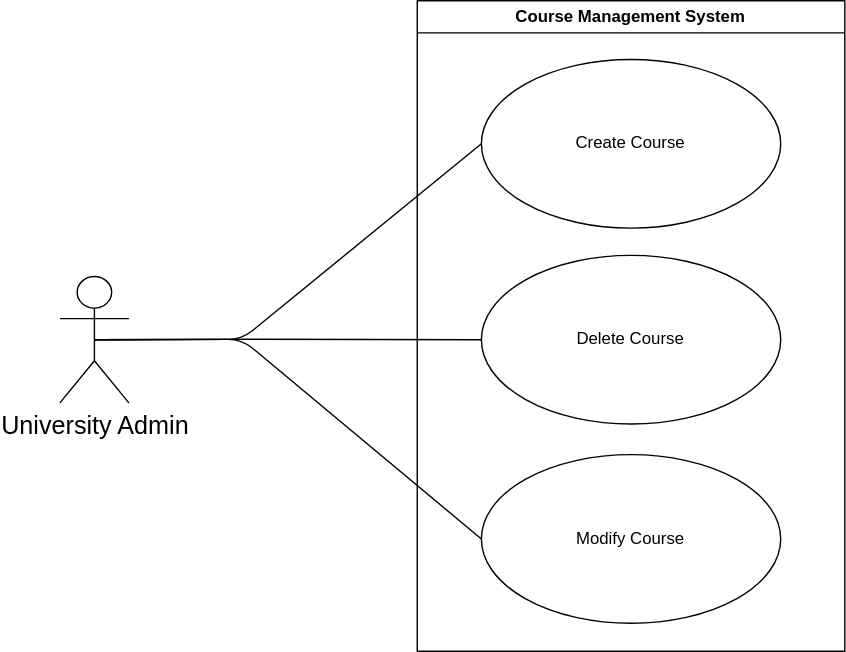
The draw.io diagram docs/diagrams/requirements/Course_Management.svg in COS301-SE-2026/UMTAS, before a commit. Source tidied: cells renumbered, new cells last; positions are measured from the earlier drawing's top-left corner, leaving out a move shared by most shapes. The source it was exported from:
```xml
<mxGraphModel>
  <root>
    <mxCell id="0" />
    <mxCell id="1" parent="0" />
    <mxCell id="2" style="group;" parent="1" vertex="1">
      <mxGeometry width="561" height="465" as="geometry" />
    </mxCell>
    <mxCell id="3" value="&lt;font style=&quot;font-size: 18px;&quot;&gt;University Admin&lt;/font&gt;" style="shape=umlActor;verticalLabelPosition=bottom;verticalAlign=top;html=1;outlineConnect=0;" parent="2" vertex="1">
      <mxGeometry y="197.1" width="49.3" height="90.3" as="geometry" />
    </mxCell>
    <mxCell id="4" value="Course Management System" style="swimlane;whiteSpace=wrap;html=1;" parent="2" vertex="1">
      <mxGeometry x="255.4" width="305.6" height="465" as="geometry" />
    </mxCell>
    <mxCell id="5" value="Create Course" style="ellipse;whiteSpace=wrap;html=1;" parent="4" vertex="1">
      <mxGeometry x="45.8" y="42" width="213.9" height="120.6" as="geometry" />
    </mxCell>
    <mxCell id="6" value="Delete Course" style="ellipse;whiteSpace=wrap;html=1;" parent="4" vertex="1">
      <mxGeometry x="45.8" y="182" width="213.9" height="120.6" as="geometry" />
    </mxCell>
    <mxCell id="7" value="Modify Course" style="ellipse;whiteSpace=wrap;html=1;" parent="4" vertex="1">
      <mxGeometry x="45.8" y="324.4" width="213.9" height="120.6" as="geometry" />
    </mxCell>
    <mxCell id="8" style="endArrow=none;html=1;entryX=0;entryY=0.5;entryDx=0;entryDy=0;exitX=0.5;exitY=0.5;exitDx=0;exitDy=0;exitPerimeter=0;" parent="2" edge="1" source="3" target="7">
      <mxGeometry relative="1" as="geometry">
        <Array as="points">
          <mxPoint x="130" y="242" />
        </Array>
      </mxGeometry>
    </mxCell>
    <mxCell id="9" style="endArrow=none;html=1;exitX=0.5;exitY=0.5;exitDx=0;exitDy=0;exitPerimeter=0;entryX=0;entryY=0.5;entryDx=0;entryDy=0;" parent="2" edge="1" source="3" target="5">
      <mxGeometry relative="1" as="geometry">
        <Array as="points">
          <mxPoint x="130" y="242" />
        </Array>
      </mxGeometry>
    </mxCell>
    <mxCell id="10" style="endArrow=none;html=1;exitX=0.5;exitY=0.5;exitDx=0;exitDy=0;exitPerimeter=0;entryX=0;entryY=0.5;entryDx=0;entryDy=0;" parent="2" edge="1" source="3" target="6">
      <mxGeometry relative="1" as="geometry">
        <Array as="points">
          <mxPoint x="130" y="242" />
        </Array>
      </mxGeometry>
    </mxCell>
  </root>
</mxGraphModel>
```
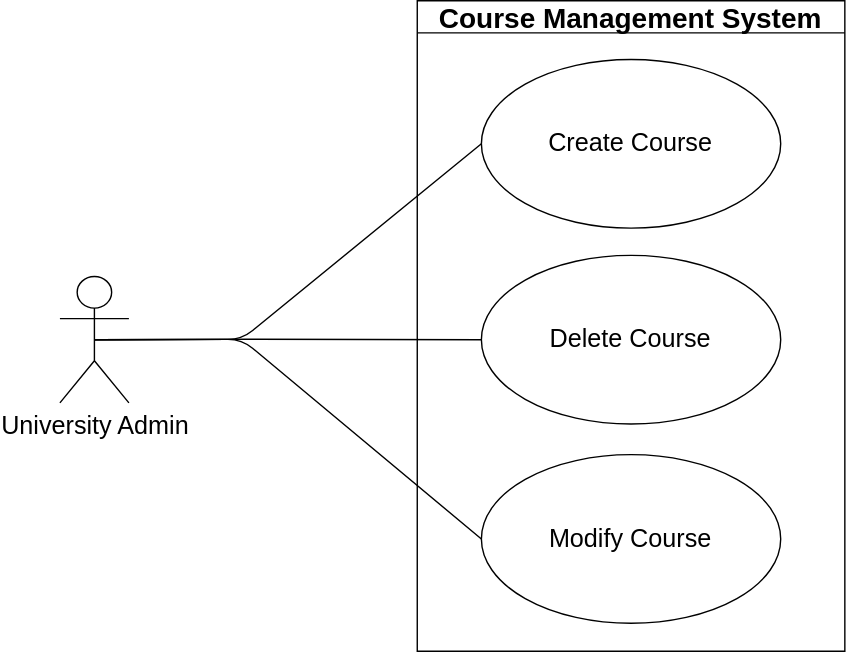
The same file after the commit.

The edit, as a diff of the source:
```diff
@@ -8,16 +8,16 @@
     <mxCell id="3" value="&lt;font style=&quot;font-size: 18px;&quot;&gt;University Admin&lt;/font&gt;" style="shape=umlActor;verticalLabelPosition=bottom;verticalAlign=top;html=1;outlineConnect=0;" parent="2" vertex="1">
       <mxGeometry y="197.1" width="49.3" height="90.3" as="geometry" />
     </mxCell>
-    <mxCell id="4" value="Course Management System" style="swimlane;whiteSpace=wrap;html=1;" parent="2" vertex="1">
+    <mxCell id="4" value="&lt;font style=&quot;font-size: 20px;&quot;&gt;Course Management System&lt;/font&gt;" style="swimlane;whiteSpace=wrap;html=1;" parent="2" vertex="1">
       <mxGeometry x="255.4" width="305.6" height="465" as="geometry" />
     </mxCell>
-    <mxCell id="5" value="Create Course" style="ellipse;whiteSpace=wrap;html=1;" parent="4" vertex="1">
+    <mxCell id="5" value="&lt;font style=&quot;font-size: 18px;&quot;&gt;Create Course&lt;/font&gt;" style="ellipse;whiteSpace=wrap;html=1;" parent="4" vertex="1">
       <mxGeometry x="45.8" y="42" width="213.9" height="120.6" as="geometry" />
     </mxCell>
-    <mxCell id="6" value="Delete Course" style="ellipse;whiteSpace=wrap;html=1;" parent="4" vertex="1">
+    <mxCell id="6" value="&lt;font style=&quot;font-size: 18px;&quot;&gt;Delete Course&lt;/font&gt;" style="ellipse;whiteSpace=wrap;html=1;" parent="4" vertex="1">
       <mxGeometry x="45.8" y="182" width="213.9" height="120.6" as="geometry" />
     </mxCell>
-    <mxCell id="7" value="Modify Course" style="ellipse;whiteSpace=wrap;html=1;" parent="4" vertex="1">
+    <mxCell id="7" value="&lt;font style=&quot;font-size: 18px;&quot;&gt;Modify Course&lt;/font&gt;" style="ellipse;whiteSpace=wrap;html=1;" parent="4" vertex="1">
       <mxGeometry x="45.8" y="324.4" width="213.9" height="120.6" as="geometry" />
     </mxCell>
     <mxCell id="8" style="endArrow=none;html=1;entryX=0;entryY=0.5;entryDx=0;entryDy=0;exitX=0.5;exitY=0.5;exitDx=0;exitDy=0;exitPerimeter=0;" parent="2" edge="1" source="3" target="7">
```
